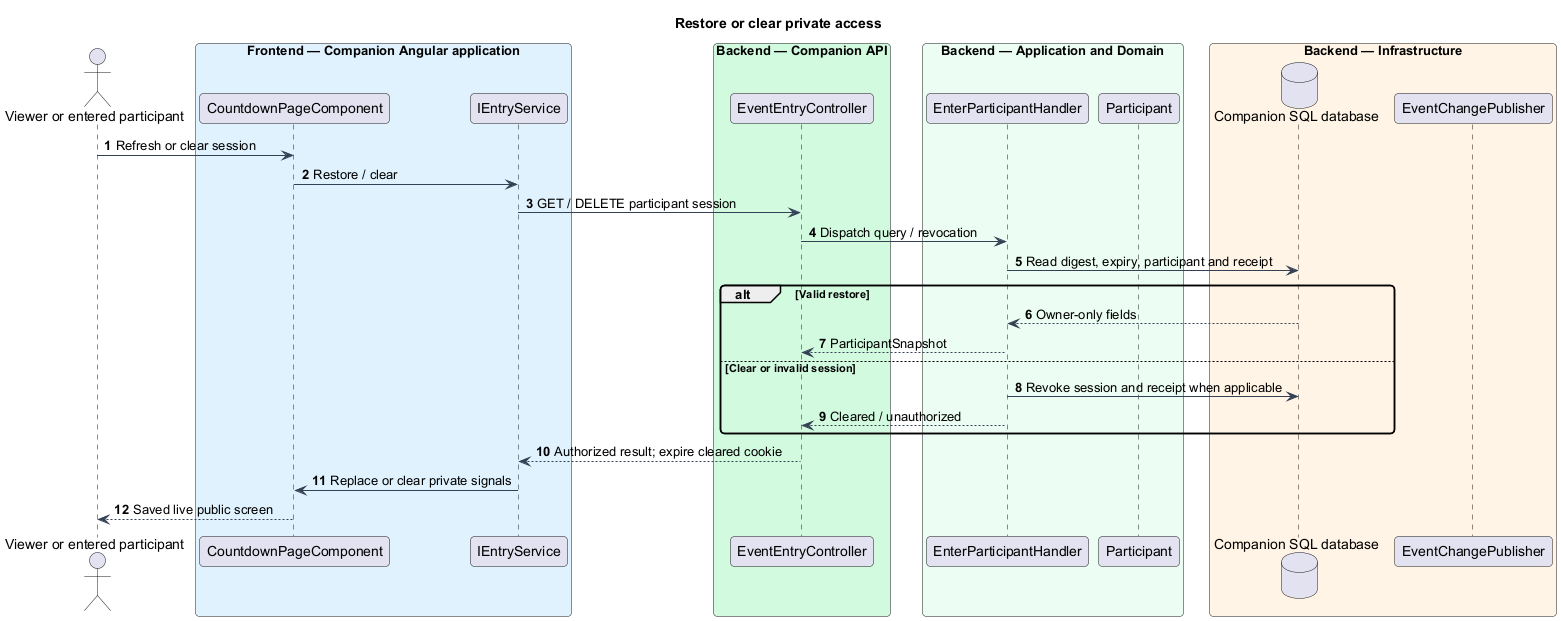
Before: docs/detailed-designs/participants/enter-by-email/diagrams/sequence-restore-clear.png, a diagram exported from PlantUML (QuinntyneBrown/faithtech-toronto-ai-build-event). The source it was exported from:
```plantuml
@startuml
skinparam backgroundColor #FFFFFF
skinparam shadowing false
skinparam defaultFontName Arial
skinparam ArrowColor #344054
skinparam roundcorner 8
autonumber
title Restore or clear private access
actor "Viewer or entered participant" as actor
box "Frontend — Companion Angular application" #E0F2FE
participant "CountdownPageComponent" as page
participant "IEntryService" as client
end box
box "Backend — Companion API" #D1FADF
participant "EventEntryController" as controller
end box
box "Backend — Application and Domain" #ECFDF3
participant "EnterParticipantHandler" as handler
participant "Participant" as entity
end box
box "Backend — Infrastructure" #FFF4E5
database "Companion SQL database" as db
participant "EventChangePublisher" as push
end box
actor -> page : Refresh or clear session
page -> client : Restore / clear
client -> controller : GET / DELETE participant session
controller -> handler : Dispatch query / revocation
handler -> db : Read digest, expiry, participant and receipt
alt Valid restore
 db --> handler : Owner-only fields
 handler --> controller : ParticipantSnapshot
else Clear or invalid session
 handler -> db : Revoke session and receipt when applicable
 handler --> controller : Cleared / unauthorized
end
controller --> client : Authorized result; expire cleared cookie
client -> page : Replace or clear private signals
page --> actor : Saved live public screen
@enduml
```
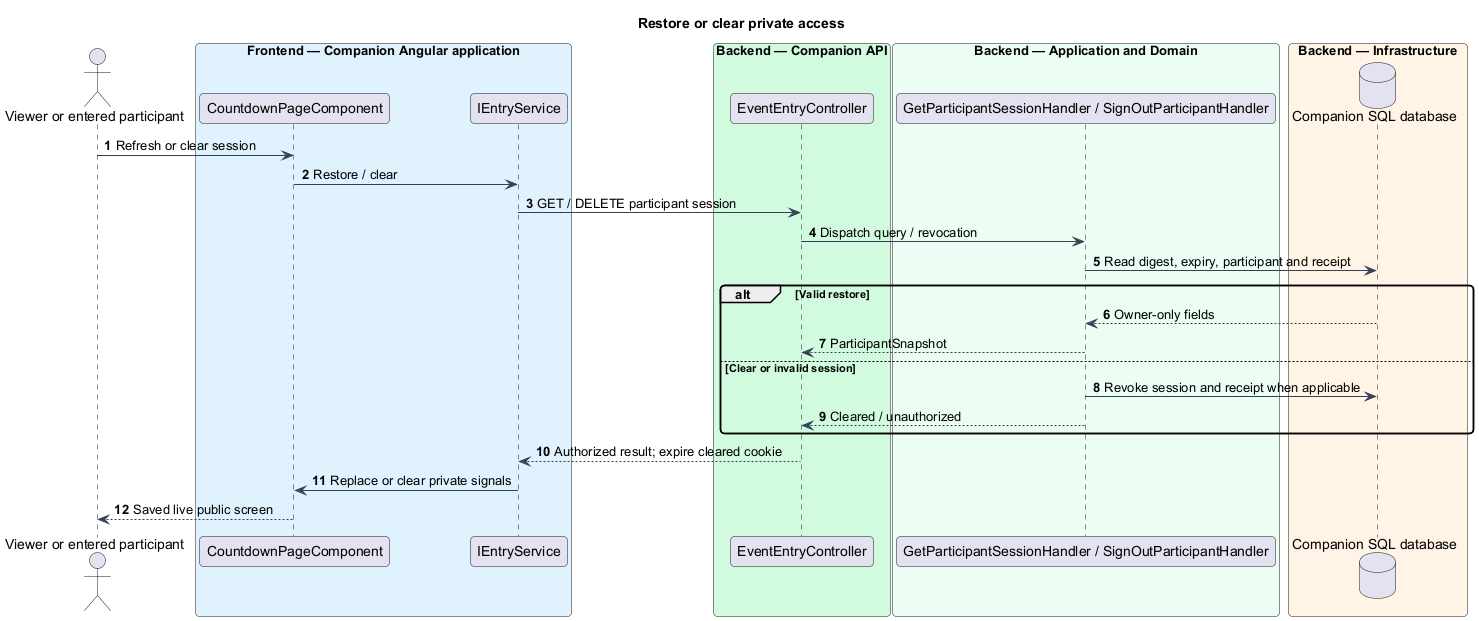
After the commit.

The edit, as a diff of the source:
```diff
@@ -15,12 +15,10 @@
 participant "EventEntryController" as controller
 end box
 box "Backend — Application and Domain" #ECFDF3
-participant "EnterParticipantHandler" as handler
-participant "Participant" as entity
+participant "GetParticipantSessionHandler / SignOutParticipantHandler" as handler
 end box
 box "Backend — Infrastructure" #FFF4E5
 database "Companion SQL database" as db
-participant "EventChangePublisher" as push
 end box
 actor -> page : Refresh or clear session
 page -> client : Restore / clear
```
